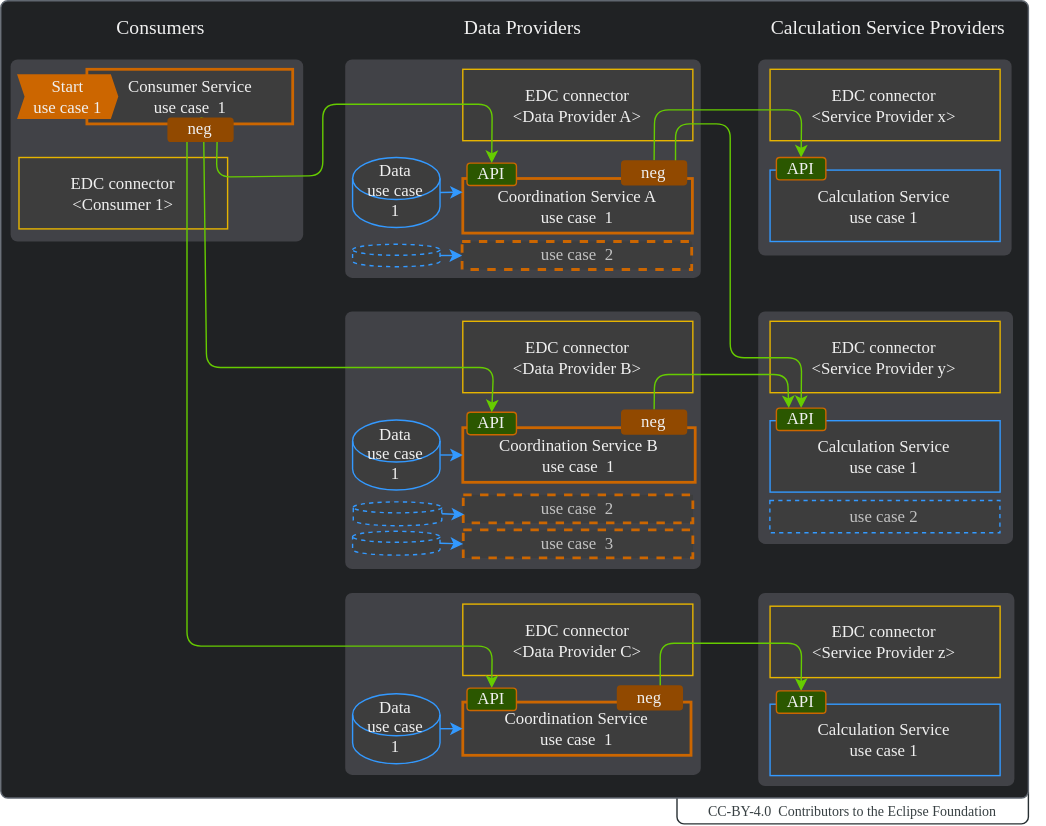
eclipse-tractusx/eclipse-tractusx.github.io keeps this draw.io diagram as docs-kits/kits/behaviour-twin-kit/adoption-view/assets/complex-dataspace.drawio.svg. Above is the earlier version. Source tidied: cells renumbered, new cells last; positions are measured from the earlier drawing's top-left corner, leaving out a move shared by most shapes.
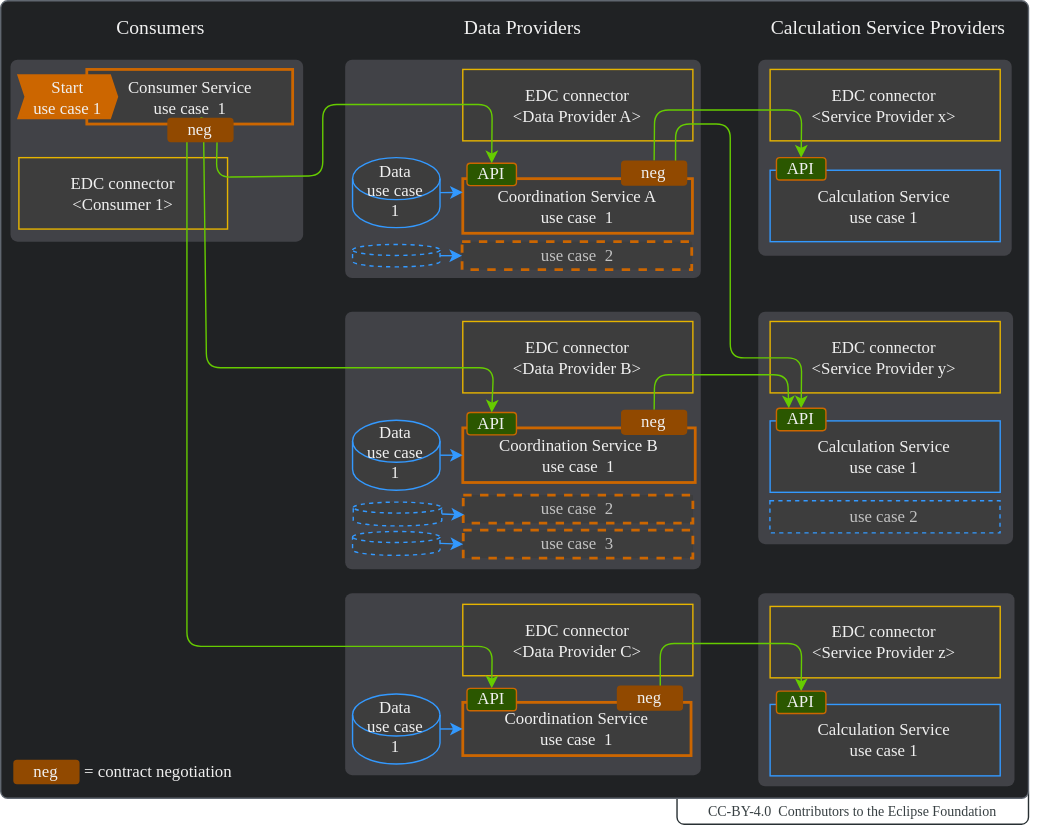
The same diagram one commit later.

Diff of the diagram source:
```diff
@@ -225,5 +225,11 @@
     <mxCell id="62" style="edgeStyle=none;html=1;exitX=1;exitY=0.5;exitDx=0;exitDy=0;exitPerimeter=0;fontColor=#F0F0F0;strokeColor=#3399FF;entryX=0;entryY=0.5;entryDx=0;entryDy=0;" parent="1" edge="1" source="61" target="34">
       <mxGeometry relative="1" as="geometry" />
     </mxCell>
+    <mxCell id="63" value="&lt;font style=&quot;font-size: 12px;&quot;&gt;neg&lt;br&gt;&lt;/font&gt;" style="rounded=1;whiteSpace=wrap;html=1;strokeColor=none;fillColor=#914900;fillStyle=solid;fontColor=#F0F0F0;fontFamily=Manrope;" parent="1" vertex="1">
+      <mxGeometry x="9" y="542" width="47.3" height="17.5" as="geometry" />
+    </mxCell>
+    <mxCell id="64" value="&lt;font style=&quot;font-size: 12px;&quot;&gt;= contract negotiation&lt;br&gt;&lt;/font&gt;" style="rounded=1;whiteSpace=wrap;html=1;strokeColor=none;fillColor=none;fillStyle=solid;fontColor=#F0F0F0;fontFamily=Manrope;align=left;" parent="1" vertex="1">
+      <mxGeometry x="57.5" y="542" width="135.5" height="17.5" as="geometry" />
+    </mxCell>
   </root>
 </mxGraphModel>
```
